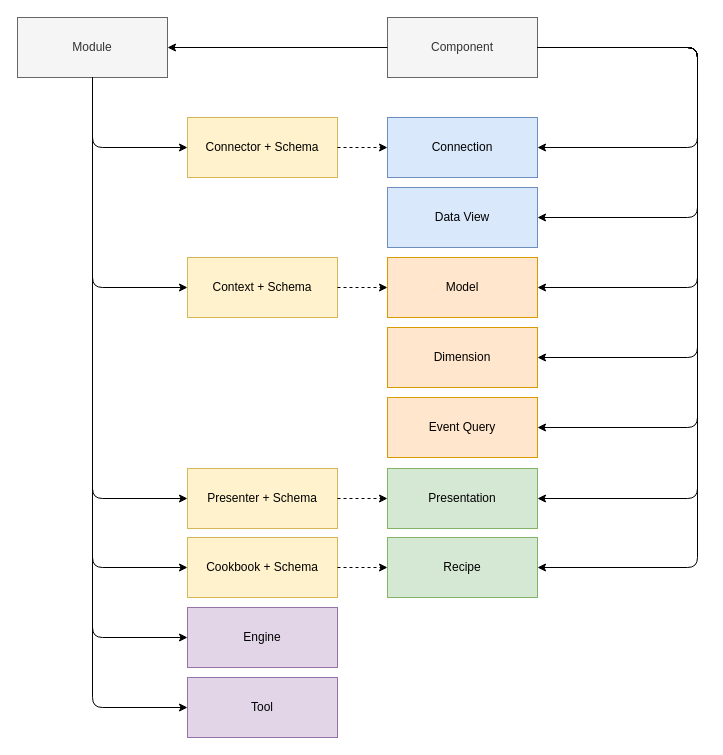
Earlier version of the draw.io diagram schematic.drawio (dpuse/dpuse-shared). Source tidied: cells renumbered, new cells numbered last; positions are measured from the earlier drawing's top-left corner, leaving out a move shared by most shapes. Both pictures are drawn from the tidied source at 100%, with x=0, y=0 at pixel (17, 17).
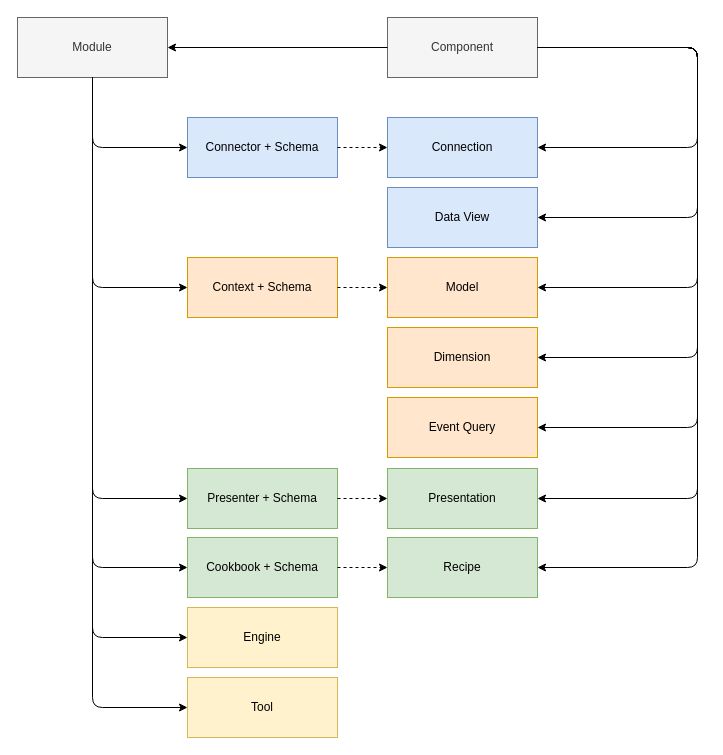
Above is the later version.

Change to the diagram source:
```diff
@@
-    <mxCell id="3" value="Engine" style="rounded=0;whiteSpace=wrap;html=1;fillColor=#e1d5e7;strokeColor=#9673a6;" parent="1" vertex="1">
+    <mxCell id="3" value="Engine" style="rounded=0;whiteSpace=wrap;html=1;fillColor=#fff2cc;strokeColor=#d6b656;" parent="1" vertex="1">
       <mxGeometry x="170" y="590" width="150" height="60" as="geometry" />
     </mxCell>
@@
-    <mxCell id="5" value="Context + Schema" style="rounded=0;whiteSpace=wrap;html=1;fillColor=#fff2cc;strokeColor=#d6b656;" parent="1" vertex="1">
+    <mxCell id="5" value="Context + Schema" style="rounded=0;whiteSpace=wrap;html=1;fillColor=#ffe6cc;strokeColor=#d79b00;" parent="1" vertex="1">
       <mxGeometry x="170" y="240" width="150" height="60" as="geometry" />
     </mxCell>
-    <mxCell id="6" value="Cookbook + Schema" style="rounded=0;whiteSpace=wrap;html=1;fillColor=#fff2cc;strokeColor=#d6b656;" parent="1" vertex="1">
+    <mxCell id="6" value="Cookbook + Schema" style="rounded=0;whiteSpace=wrap;html=1;fillColor=#d5e8d4;strokeColor=#82b366;" parent="1" vertex="1">
       <mxGeometry x="170" y="520" width="150" height="60" as="geometry" />
     </mxCell>
@@
-    <mxCell id="8" value="Presenter + Schema" style="rounded=0;whiteSpace=wrap;html=1;fillColor=#fff2cc;strokeColor=#d6b656;" parent="1" vertex="1">
+    <mxCell id="8" value="Presenter + Schema" style="rounded=0;whiteSpace=wrap;html=1;fillColor=#d5e8d4;strokeColor=#82b366;" parent="1" vertex="1">
       <mxGeometry x="170" y="451" width="150" height="60" as="geometry" />
     </mxCell>
-    <mxCell id="9" value="Connector + Schema" style="rounded=0;whiteSpace=wrap;html=1;fillColor=#fff2cc;strokeColor=#d6b656;" parent="1" vertex="1">
+    <mxCell id="9" value="Connector + Schema" style="rounded=0;whiteSpace=wrap;html=1;fillColor=#dae8fc;strokeColor=#6c8ebf;" parent="1" vertex="1">
       <mxGeometry x="170" y="100" width="150" height="60" as="geometry" />
     </mxCell>
@@
-    <mxCell id="20" value="Tool" style="rounded=0;whiteSpace=wrap;html=1;fillColor=#e1d5e7;strokeColor=#9673a6;" parent="1" vertex="1">
+    <mxCell id="20" value="Tool" style="rounded=0;whiteSpace=wrap;html=1;fillColor=#fff2cc;strokeColor=#d6b656;" parent="1" vertex="1">
       <mxGeometry x="170" y="660" width="150" height="60" as="geometry" />
     </mxCell>
```
